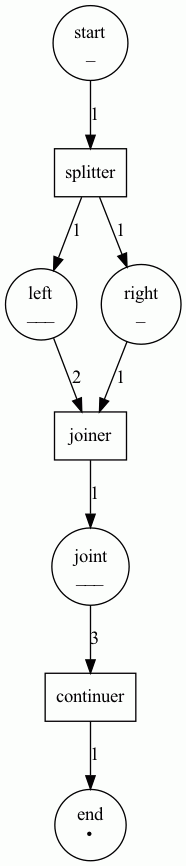
Earlier version of the Graphviz export petrinet4.png (iandebeer/castanet). Its source is kept beside it as petrinet4.dot.
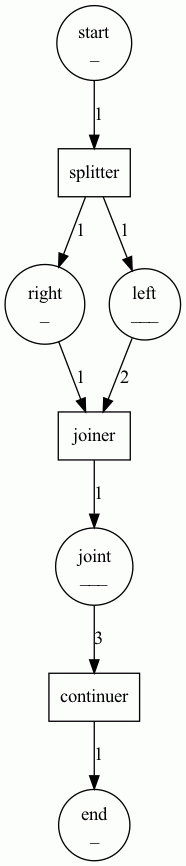
Later version of the same file.

What changed in the source:
```diff
@@ -1,19 +1,19 @@
 digraph G {
-1 [label="start\n_\n" shape=circle]
-2 [label="left\n___\n" shape=circle]
-3 [label="right\n_\n" shape=circle]
-4 [label="joint\n___\n" shape=circle]
-5 [label="end\n•\n" shape=circle]
+0 [label="right\n_\n" shape=circle]
+1 [label="left\n___\n" shape=circle]
+2 [label="end\n_\n" shape=circle]
+3 [label="continuer" shape=box]
+4 [label="joiner" shape=box]
+5 [label="start\n_\n" shape=circle]
 6 [label="splitter" shape=box]
-7 [label="joiner" shape=box]
-8 [label="continuer" shape=box]
+7 [label="joint\n___\n" shape=circle]
 
-1 -> 6 [label="1" ]
-2 -> 7 [label="2" ]
-3 -> 7 [label="1" ]
-4 -> 8 [label="3" ]
-6 -> 2 [label="1" ]
-6 -> 3 [label="1" ]
-7 -> 4 [label="1" ]
-8 -> 5 [label="1" ]
+0 -> 4 [label="1" ]
+1 -> 4 [label="2" ]
+3 -> 2 [label="1" ]
+4 -> 7 [label="1" ]
+5 -> 6 [label="1" ]
+6 -> 1 [label="1" ]
+6 -> 0 [label="1" ]
+7 -> 3 [label="3" ]
 }
```
